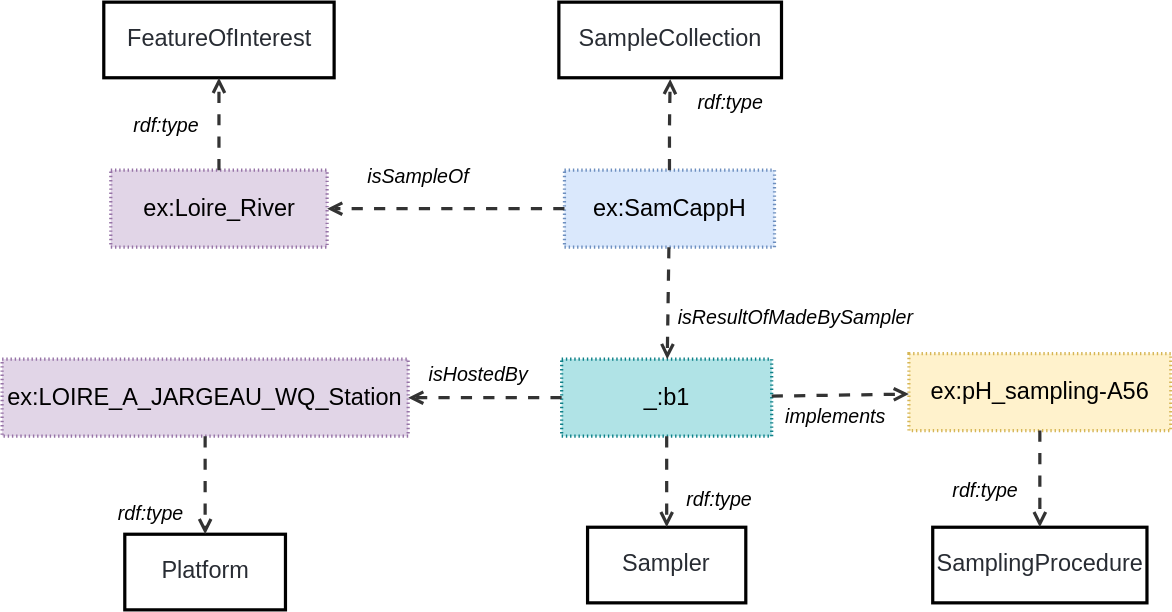
The draw.io diagram ssn/images/PlannedSampleCollection.svg in w3c/sdw-sosa-ssn, before a commit. Source tidied: cells renumbered, new cells last; positions are measured from the earlier drawing's top-left corner, leaving out a move shared by most shapes.
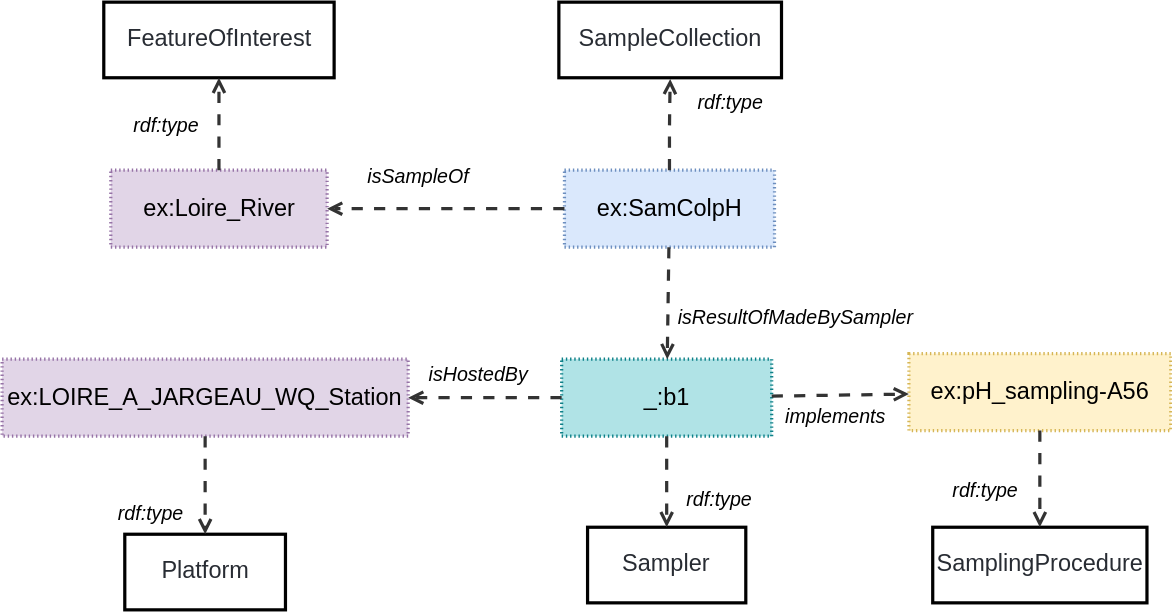
Above is the later version.

What changed in the source:
```diff
@@ -2,7 +2,7 @@
   <root>
     <mxCell id="0" />
     <mxCell id="1" parent="0" />
-    <mxCell id="2" value="ex:SamCappH" style="html=1;overflow=block;blockSpacing=1;whiteSpace=wrap;fontSize=16.8;align=center;spacing=0;strokeOpacity=100;fillColor=#dae8fc;dashed=1;fixDash=1;dashPattern=1 2;strokeWidth=2.3;strokeColor=#6c8ebf;" parent="1" vertex="1">
+    <mxCell id="2" value="ex:SamColpH" style="html=1;overflow=block;blockSpacing=1;whiteSpace=wrap;fontSize=16.8;align=center;spacing=0;strokeOpacity=100;fillColor=#dae8fc;dashed=1;fixDash=1;dashPattern=1 2;strokeWidth=2.3;strokeColor=#6c8ebf;" parent="1" vertex="1">
       <mxGeometry x="401.6" y="120" width="150" height="55" as="geometry" />
     </mxCell>
     <mxCell id="3" value="SampleCollection" style="html=1;overflow=block;blockSpacing=1;whiteSpace=wrap;fontSize=16.8;fontColor=#282c33;align=center;spacing=0;strokeOpacity=100;fillColor=none;strokeWidth=2.3;" parent="1" vertex="1">
```
